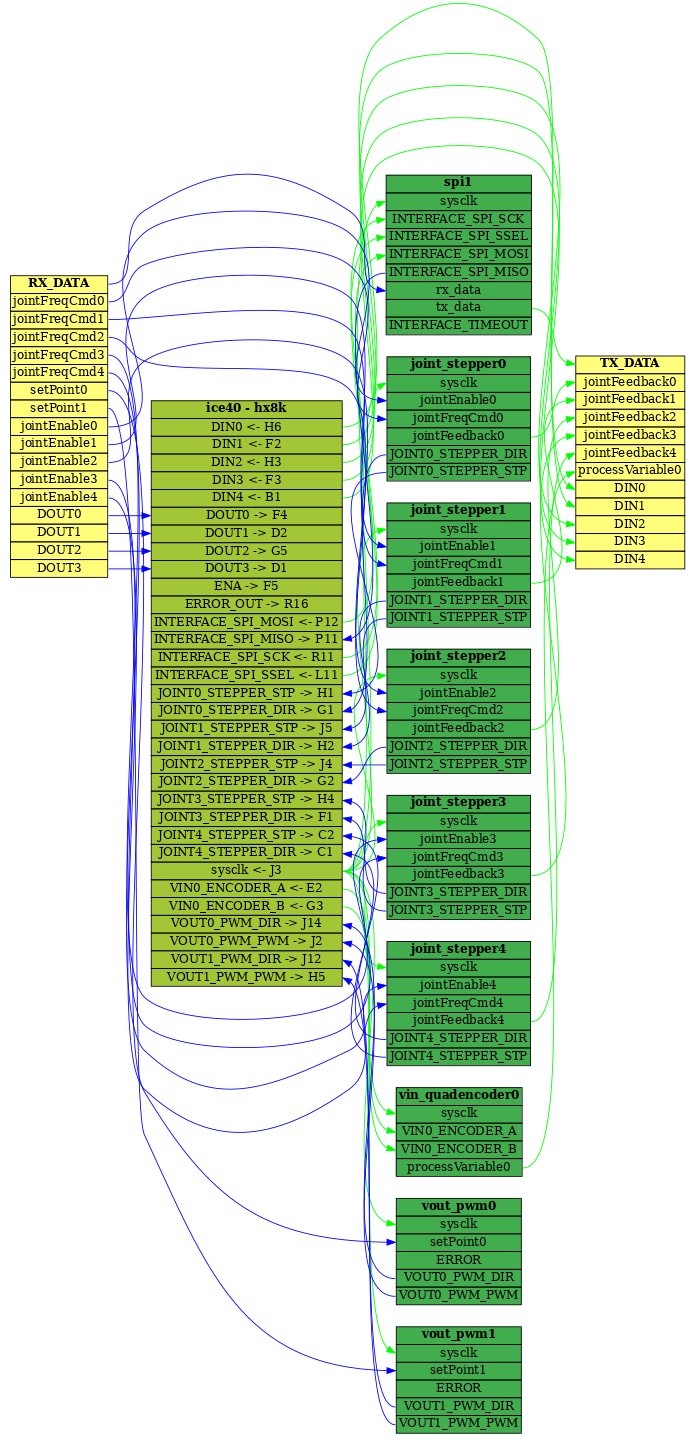
This is Output/Olimex-ICE40HX8K-EVB_BOB/doc/flowchart.png from multigcs/LinuxCNC-RIO, a Graphviz export, as it was before one commit. Its source is kept beside it as Output/Olimex-ICE40HX8K-EVB_BOB/doc/flowchart.gv.
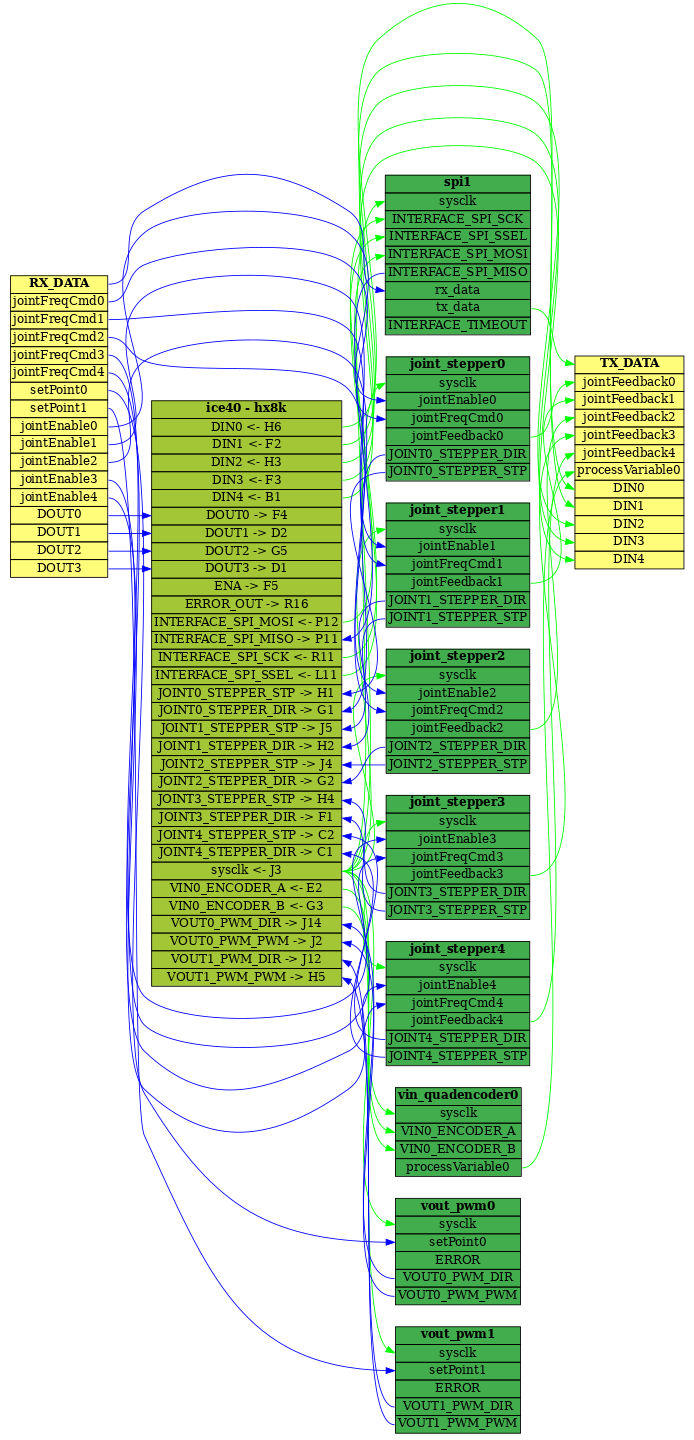
The same diagram one commit later.

The edit, as a diff of the source:
```diff
@@ -13,51 +13,6 @@
 	pins:DIN3 -> tx_data:DIN3 [color=green]
 	pins:DIN4 -> tx_data:DIN4 [color=green]
 	tx_data [label=<<TABLE bgcolor="#fffd7a" BORDER="0" CELLBORDER="1" CELLSPACING="0"><TR><TD PORT="tx_data"><B>TX_DATA</B></TD></TR><TR><TD PORT="jointFeedback0">jointFeedback0</TD></TR><TR><TD PORT="jointFeedback1">jointFeedback1</TD></TR><TR><TD PORT="jointFeedback2">jointFeedback2</TD></TR><TR><TD PORT="jointFeedback3">jointFeedback3</TD></TR><TR><TD PORT="jointFeedback4">jointFeedback4</TD></TR><TR><TD PORT="processVariable0">processVariable0</TD></TR><TR><TD PORT="DIN0">DIN0</TD></TR><TR><TD PORT="DIN1">DIN1</TD></TR><TR><TD PORT="DIN2">DIN2</TD></TR><TR><TD PORT="DIN3">DIN3</TD></TR><TR><TD PORT="DIN4">DIN4</TD></TR></TABLE>>]
-	pins:sysclk -> vin_quadencoder0:sysclk [color=green]
-	vin_quadencoder0 [label=vin_quadencoder0]
-	pins:VIN0_ENCODER_A -> vin_quadencoder0:VIN0_ENCODER_A [color=green]
-	vin_quadencoder0 [label=vin_quadencoder0]
-	pins:VIN0_ENCODER_B -> vin_quadencoder0:VIN0_ENCODER_B [color=green]
-	vin_quadencoder0 [label=vin_quadencoder0]
-	vin_quadencoder0:processVariable0 -> tx_data:processVariable0 [color=green]
-	vin_quadencoder0 [label=vin_quadencoder0]
-	vin_quadencoder0 [label=<<TABLE bgcolor="#41ad4c" BORDER="0" CELLBORDER="1" CELLSPACING="0"><TR><TD><B>vin_quadencoder0</B></TD></TR><TR><TD PORT="sysclk">sysclk</TD></TR><TR><TD PORT="VIN0_ENCODER_A">VIN0_ENCODER_A</TD></TR><TR><TD PORT="VIN0_ENCODER_B">VIN0_ENCODER_B</TD></TR><TR><TD PORT="processVariable0">processVariable0</TD></TR></TABLE>>]
-	pins:sysclk -> spi1:sysclk [color=green]
-	spi1 [label=spi1]
-	pins:INTERFACE_SPI_SCK -> spi1:INTERFACE_SPI_SCK [color=green]
-	spi1 [label=spi1]
-	pins:INTERFACE_SPI_SSEL -> spi1:INTERFACE_SPI_SSEL [color=green]
-	spi1 [label=spi1]
-	pins:INTERFACE_SPI_MOSI -> spi1:INTERFACE_SPI_MOSI [color=green]
-	spi1 [label=spi1]
-	spi1:INTERFACE_SPI_MISO -> pins:INTERFACE_SPI_MISO [color=blue]
-	spi1 [label=spi1]
-	rx_data:rx_data -> spi1:rx_data [color=blue]
-	spi1 [label=spi1]
-	spi1:tx_data -> tx_data:tx_data [color=green]
-	spi1 [label=spi1]
-	spi1 [label=spi1]
-	spi1 [label=<<TABLE bgcolor="#41ad4c" BORDER="0" CELLBORDER="1" CELLSPACING="0"><TR><TD><B>spi1</B></TD></TR><TR><TD PORT="sysclk">sysclk</TD></TR><TR><TD PORT="INTERFACE_SPI_SCK">INTERFACE_SPI_SCK</TD></TR><TR><TD PORT="INTERFACE_SPI_SSEL">INTERFACE_SPI_SSEL</TD></TR><TR><TD PORT="INTERFACE_SPI_MOSI">INTERFACE_SPI_MOSI</TD></TR><TR><TD PORT="INTERFACE_SPI_MISO">INTERFACE_SPI_MISO</TD></TR><TR><TD PORT="rx_data">rx_data</TD></TR><TR><TD PORT="tx_data">tx_data</TD></TR><TR><TD PORT="INTERFACE_TIMEOUT">INTERFACE_TIMEOUT</TD></TR></TABLE>>]
-	pins:sysclk -> vout_pwm0:sysclk [color=green]
-	vout_pwm0 [label=vout_pwm0]
-	rx_data:setPoint0 -> vout_pwm0:setPoint0 [color=blue]
-	vout_pwm0 [label=vout_pwm0]
-	vout_pwm0 [label=vout_pwm0]
-	vout_pwm0:VOUT0_PWM_DIR -> pins:VOUT0_PWM_DIR [color=blue]
-	vout_pwm0 [label=vout_pwm0]
-	vout_pwm0:VOUT0_PWM_PWM -> pins:VOUT0_PWM_PWM [color=blue]
-	vout_pwm0 [label=vout_pwm0]
-	pins:sysclk -> vout_pwm1:sysclk [color=green]
-	vout_pwm1 [label=vout_pwm1]
-	rx_data:setPoint1 -> vout_pwm1:setPoint1 [color=blue]
-	vout_pwm1 [label=vout_pwm1]
-	vout_pwm1 [label=vout_pwm1]
-	vout_pwm1:VOUT1_PWM_DIR -> pins:VOUT1_PWM_DIR [color=blue]
-	vout_pwm1 [label=vout_pwm1]
-	vout_pwm1:VOUT1_PWM_PWM -> pins:VOUT1_PWM_PWM [color=blue]
-	vout_pwm1 [label=vout_pwm1]
-	vout_pwm0 [label=<<TABLE bgcolor="#41ad4c" BORDER="0" CELLBORDER="1" CELLSPACING="0"><TR><TD><B>vout_pwm0</B></TD></TR><TR><TD PORT="sysclk">sysclk</TD></TR><TR><TD PORT="setPoint0">setPoint0</TD></TR><TR><TD PORT="ERROR">ERROR</TD></TR><TR><TD PORT="VOUT0_PWM_DIR">VOUT0_PWM_DIR</TD></TR><TR><TD PORT="VOUT0_PWM_PWM">VOUT0_PWM_PWM</TD></TR></TABLE>>]
-	vout_pwm1 [label=<<TABLE bgcolor="#41ad4c" BORDER="0" CELLBORDER="1" CELLSPACING="0"><TR><TD><B>vout_pwm1</B></TD></TR><TR><TD PORT="sysclk">sysclk</TD></TR><TR><TD PORT="setPoint1">setPoint1</TD></TR><TR><TD PORT="ERROR">ERROR</TD></TR><TR><TD PORT="VOUT1_PWM_DIR">VOUT1_PWM_DIR</TD></TR><TR><TD PORT="VOUT1_PWM_PWM">VOUT1_PWM_PWM</TD></TR></TABLE>>]
 	pins:sysclk -> joint_stepper0:sysclk [color=green]
 	joint_stepper0 [label=joint_stepper0]
 	rx_data:jointEnable0 -> joint_stepper0:jointEnable0 [color=blue]
@@ -123,4 +78,49 @@
 	joint_stepper2 [label=<<TABLE bgcolor="#41ad4c" BORDER="0" CELLBORDER="1" CELLSPACING="0"><TR><TD><B>joint_stepper2</B></TD></TR><TR><TD PORT="sysclk">sysclk</TD></TR><TR><TD PORT="jointEnable2">jointEnable2</TD></TR><TR><TD PORT="jointFreqCmd2">jointFreqCmd2</TD></TR><TR><TD PORT="jointFeedback2">jointFeedback2</TD></TR><TR><TD PORT="JOINT2_STEPPER_DIR">JOINT2_STEPPER_DIR</TD></TR><TR><TD PORT="JOINT2_STEPPER_STP">JOINT2_STEPPER_STP</TD></TR></TABLE>>]
 	joint_stepper3 [label=<<TABLE bgcolor="#41ad4c" BORDER="0" CELLBORDER="1" CELLSPACING="0"><TR><TD><B>joint_stepper3</B></TD></TR><TR><TD PORT="sysclk">sysclk</TD></TR><TR><TD PORT="jointEnable3">jointEnable3</TD></TR><TR><TD PORT="jointFreqCmd3">jointFreqCmd3</TD></TR><TR><TD PORT="jointFeedback3">jointFeedback3</TD></TR><TR><TD PORT="JOINT3_STEPPER_DIR">JOINT3_STEPPER_DIR</TD></TR><TR><TD PORT="JOINT3_STEPPER_STP">JOINT3_STEPPER_STP</TD></TR></TABLE>>]
 	joint_stepper4 [label=<<TABLE bgcolor="#41ad4c" BORDER="0" CELLBORDER="1" CELLSPACING="0"><TR><TD><B>joint_stepper4</B></TD></TR><TR><TD PORT="sysclk">sysclk</TD></TR><TR><TD PORT="jointEnable4">jointEnable4</TD></TR><TR><TD PORT="jointFreqCmd4">jointFreqCmd4</TD></TR><TR><TD PORT="jointFeedback4">jointFeedback4</TD></TR><TR><TD PORT="JOINT4_STEPPER_DIR">JOINT4_STEPPER_DIR</TD></TR><TR><TD PORT="JOINT4_STEPPER_STP">JOINT4_STEPPER_STP</TD></TR></TABLE>>]
+	pins:sysclk -> vout_pwm0:sysclk [color=green]
+	vout_pwm0 [label=vout_pwm0]
+	rx_data:setPoint0 -> vout_pwm0:setPoint0 [color=blue]
+	vout_pwm0 [label=vout_pwm0]
+	vout_pwm0 [label=vout_pwm0]
+	vout_pwm0:VOUT0_PWM_DIR -> pins:VOUT0_PWM_DIR [color=blue]
+	vout_pwm0 [label=vout_pwm0]
+	vout_pwm0:VOUT0_PWM_PWM -> pins:VOUT0_PWM_PWM [color=blue]
+	vout_pwm0 [label=vout_pwm0]
+	pins:sysclk -> vout_pwm1:sysclk [color=green]
+	vout_pwm1 [label=vout_pwm1]
+	rx_data:setPoint1 -> vout_pwm1:setPoint1 [color=blue]
+	vout_pwm1 [label=vout_pwm1]
+	vout_pwm1 [label=vout_pwm1]
+	vout_pwm1:VOUT1_PWM_DIR -> pins:VOUT1_PWM_DIR [color=blue]
+	vout_pwm1 [label=vout_pwm1]
+	vout_pwm1:VOUT1_PWM_PWM -> pins:VOUT1_PWM_PWM [color=blue]
+	vout_pwm1 [label=vout_pwm1]
+	vout_pwm0 [label=<<TABLE bgcolor="#41ad4c" BORDER="0" CELLBORDER="1" CELLSPACING="0"><TR><TD><B>vout_pwm0</B></TD></TR><TR><TD PORT="sysclk">sysclk</TD></TR><TR><TD PORT="setPoint0">setPoint0</TD></TR><TR><TD PORT="ERROR">ERROR</TD></TR><TR><TD PORT="VOUT0_PWM_DIR">VOUT0_PWM_DIR</TD></TR><TR><TD PORT="VOUT0_PWM_PWM">VOUT0_PWM_PWM</TD></TR></TABLE>>]
+	vout_pwm1 [label=<<TABLE bgcolor="#41ad4c" BORDER="0" CELLBORDER="1" CELLSPACING="0"><TR><TD><B>vout_pwm1</B></TD></TR><TR><TD PORT="sysclk">sysclk</TD></TR><TR><TD PORT="setPoint1">setPoint1</TD></TR><TR><TD PORT="ERROR">ERROR</TD></TR><TR><TD PORT="VOUT1_PWM_DIR">VOUT1_PWM_DIR</TD></TR><TR><TD PORT="VOUT1_PWM_PWM">VOUT1_PWM_PWM</TD></TR></TABLE>>]
+	pins:sysclk -> vin_quadencoder0:sysclk [color=green]
+	vin_quadencoder0 [label=vin_quadencoder0]
+	pins:VIN0_ENCODER_A -> vin_quadencoder0:VIN0_ENCODER_A [color=green]
+	vin_quadencoder0 [label=vin_quadencoder0]
+	pins:VIN0_ENCODER_B -> vin_quadencoder0:VIN0_ENCODER_B [color=green]
+	vin_quadencoder0 [label=vin_quadencoder0]
+	vin_quadencoder0:processVariable0 -> tx_data:processVariable0 [color=green]
+	vin_quadencoder0 [label=vin_quadencoder0]
+	vin_quadencoder0 [label=<<TABLE bgcolor="#41ad4c" BORDER="0" CELLBORDER="1" CELLSPACING="0"><TR><TD><B>vin_quadencoder0</B></TD></TR><TR><TD PORT="sysclk">sysclk</TD></TR><TR><TD PORT="VIN0_ENCODER_A">VIN0_ENCODER_A</TD></TR><TR><TD PORT="VIN0_ENCODER_B">VIN0_ENCODER_B</TD></TR><TR><TD PORT="processVariable0">processVariable0</TD></TR></TABLE>>]
+	pins:sysclk -> spi1:sysclk [color=green]
+	spi1 [label=spi1]
+	pins:INTERFACE_SPI_SCK -> spi1:INTERFACE_SPI_SCK [color=green]
+	spi1 [label=spi1]
+	pins:INTERFACE_SPI_SSEL -> spi1:INTERFACE_SPI_SSEL [color=green]
+	spi1 [label=spi1]
+	pins:INTERFACE_SPI_MOSI -> spi1:INTERFACE_SPI_MOSI [color=green]
+	spi1 [label=spi1]
+	spi1:INTERFACE_SPI_MISO -> pins:INTERFACE_SPI_MISO [color=blue]
+	spi1 [label=spi1]
+	rx_data:rx_data -> spi1:rx_data [color=blue]
+	spi1 [label=spi1]
+	spi1:tx_data -> tx_data:tx_data [color=green]
+	spi1 [label=spi1]
+	spi1 [label=spi1]
+	spi1 [label=<<TABLE bgcolor="#41ad4c" BORDER="0" CELLBORDER="1" CELLSPACING="0"><TR><TD><B>spi1</B></TD></TR><TR><TD PORT="sysclk">sysclk</TD></TR><TR><TD PORT="INTERFACE_SPI_SCK">INTERFACE_SPI_SCK</TD></TR><TR><TD PORT="INTERFACE_SPI_SSEL">INTERFACE_SPI_SSEL</TD></TR><TR><TD PORT="INTERFACE_SPI_MOSI">INTERFACE_SPI_MOSI</TD></TR><TR><TD PORT="INTERFACE_SPI_MISO">INTERFACE_SPI_MISO</TD></TR><TR><TD PORT="rx_data">rx_data</TD></TR><TR><TD PORT="tx_data">tx_data</TD></TR><TR><TD PORT="INTERFACE_TIMEOUT">INTERFACE_TIMEOUT</TD></TR></TABLE>>]
 }
```
